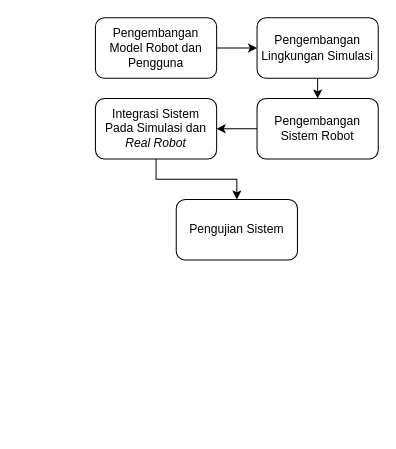
threeal/buku-ta-simulasi-robot keeps this draw.io diagram as diagram/blok-diagram-kerja.drawio. Above is the earlier version. Source tidied: cells renumbered, new cells numbered last; positions are measured from the earlier drawing's top-left corner, leaving out a move shared by most shapes. Both pictures are drawn from the tidied source at 101%, with x=0, y=0 at pixel (95, 17).
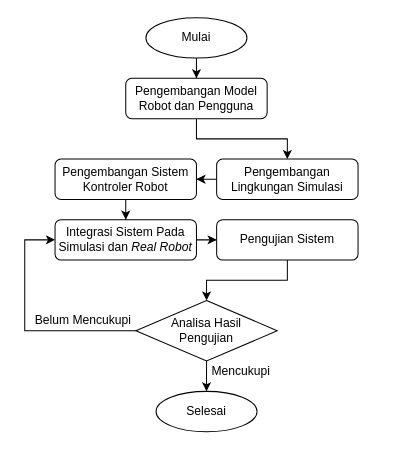
The same page after the edit.

Change to the diagram source:
```diff
@@
     <mxCell id="3" value="&lt;span&gt;Pengembangan Model Robot dan Pengguna&lt;/span&gt;" style="rounded=1;whiteSpace=wrap;html=1;" parent="1" vertex="1">
-      <mxGeometry width="120" height="60" as="geometry" />
+      <mxGeometry x="30" y="60" width="140" height="40" as="geometry" />
     </mxCell>
-    <mxCell id="4" style="edgeStyle=orthogonalEdgeStyle;rounded=0;jettySize=auto;html=1;entryX=0.5;entryY=0;entryDx=0;entryDy=0;" parent="1" edge="1" source="5" target="9">
+    <mxCell id="4" style="edgeStyle=orthogonalEdgeStyle;rounded=0;jettySize=auto;html=1;" parent="1" edge="1" source="5" target="9">
       <mxGeometry relative="1" as="geometry" />
     </mxCell>
     <mxCell id="5" value="Pengembangan Lingkungan Simulasi" style="rounded=1;whiteSpace=wrap;html=1;" parent="1" vertex="1">
-      <mxGeometry x="160" width="120" height="60" as="geometry" />
+      <mxGeometry x="120" y="140" width="140" height="40" as="geometry" />
     </mxCell>
-    <mxCell id="6" style="edgeStyle=orthogonalEdgeStyle;rounded=0;jettySize=auto;html=1;entryX=0.5;entryY=0;entryDx=0;entryDy=0;" parent="1" edge="1" source="7" target="10">
+    <mxCell id="6" style="edgeStyle=orthogonalEdgeStyle;rounded=0;jettySize=auto;html=1;" parent="1" edge="1" source="7" target="10">
       <mxGeometry relative="1" as="geometry" />
     </mxCell>
-    <mxCell id="7" value="Integrasi Sistem &lt;br&gt;Pada Simulasi dan &lt;i&gt;Real Robot&lt;/i&gt;" style="rounded=1;whiteSpace=wrap;html=1;" parent="1" vertex="1">
-      <mxGeometry y="80" width="120" height="60" as="geometry" />
+    <mxCell id="7" value="Integrasi Sistem Pada Simulasi dan &lt;i&gt;Real Robot&lt;/i&gt;" style="rounded=1;whiteSpace=wrap;html=1;" parent="1" vertex="1">
+      <mxGeometry x="-40" y="200" width="140" height="40" as="geometry" />
     </mxCell>
-    <mxCell id="8" style="edgeStyle=orthogonalEdgeStyle;rounded=0;jettySize=auto;html=1;entryX=1;entryY=0.5;entryDx=0;entryDy=0;" parent="1" edge="1" source="9" target="7">
+    <mxCell id="8" style="edgeStyle=orthogonalEdgeStyle;rounded=0;jettySize=auto;html=1;" parent="1" edge="1" source="9" target="7">
       <mxGeometry relative="1" as="geometry" />
     </mxCell>
-    <mxCell id="9" value="Pengembangan Sistem Robot" style="rounded=1;whiteSpace=wrap;html=1;" parent="1" vertex="1">
-      <mxGeometry x="160" y="80" width="120" height="60" as="geometry" />
+    <mxCell id="9" value="Pengembangan Sistem Kontroler Robot" style="rounded=1;whiteSpace=wrap;html=1;" parent="1" vertex="1">
+      <mxGeometry x="-40" y="140" width="140" height="40" as="geometry" />
     </mxCell>
+    <mxCell id="11" style="edgeStyle=orthogonalEdgeStyle;rounded=0;jettySize=auto;html=1;" parent="1" edge="1" source="10" target="16">
+      <mxGeometry relative="1" as="geometry" />
+    </mxCell>
     <mxCell id="10" value="Pengujian Sistem" style="rounded=1;whiteSpace=wrap;html=1;" parent="1" vertex="1">
-      <mxGeometry x="80" y="180" width="120" height="60" as="geometry" />
+      <mxGeometry x="120" y="200" width="140" height="40" as="geometry" />
     </mxCell>
+    <mxCell id="12" style="edgeStyle=orthogonalEdgeStyle;rounded=0;jettySize=auto;html=1;" parent="1" edge="1" source="13" target="3">
+      <mxGeometry relative="1" as="geometry" />
+    </mxCell>
+    <mxCell id="13" value="Mulai" style="ellipse;whiteSpace=wrap;html=1;" parent="1" vertex="1">
+      <mxGeometry x="50" width="100" height="40" as="geometry" />
+    </mxCell>
+    <mxCell id="14" style="edgeStyle=orthogonalEdgeStyle;rounded=0;jettySize=auto;html=1;" parent="1" edge="1" source="16" target="17">
+      <mxGeometry relative="1" as="geometry" />
+    </mxCell>
+    <mxCell id="15" style="edgeStyle=orthogonalEdgeStyle;rounded=0;jettySize=auto;html=1;entryX=0;entryY=0.5;entryDx=0;entryDy=0;" parent="1" edge="1" source="16" target="7">
+      <mxGeometry relative="1" as="geometry">
+        <Array as="points">
+          <mxPoint x="-70" y="310" />
+          <mxPoint x="-70" y="220" />
+        </Array>
+      </mxGeometry>
+    </mxCell>
+    <mxCell id="16" value="Analisa Hasil&lt;br&gt;Pengujian" style="rhombus;whiteSpace=wrap;html=1;" parent="1" vertex="1">
+      <mxGeometry x="40" y="280" width="140" height="60" as="geometry" />
+    </mxCell>
+    <mxCell id="17" value="Selesai" style="ellipse;whiteSpace=wrap;html=1;" parent="1" vertex="1">
+      <mxGeometry x="60" y="370" width="100" height="40" as="geometry" />
+    </mxCell>
+    <mxCell id="18" value="&amp;nbsp;Mencukupi" style="text;html=1;strokeColor=none;fillColor=none;align=left;verticalAlign=middle;whiteSpace=wrap;rounded=0;" parent="1" vertex="1">
+      <mxGeometry x="110" y="340" width="40" height="20" as="geometry" />
+    </mxCell>
+    <mxCell id="19" value="&amp;nbsp;Belum Mencukupi" style="text;html=1;strokeColor=none;fillColor=none;align=left;verticalAlign=middle;whiteSpace=wrap;rounded=0;rotation=0;" parent="1" vertex="1">
+      <mxGeometry x="-65" y="290" width="110" height="20" as="geometry" />
+    </mxCell>
```
